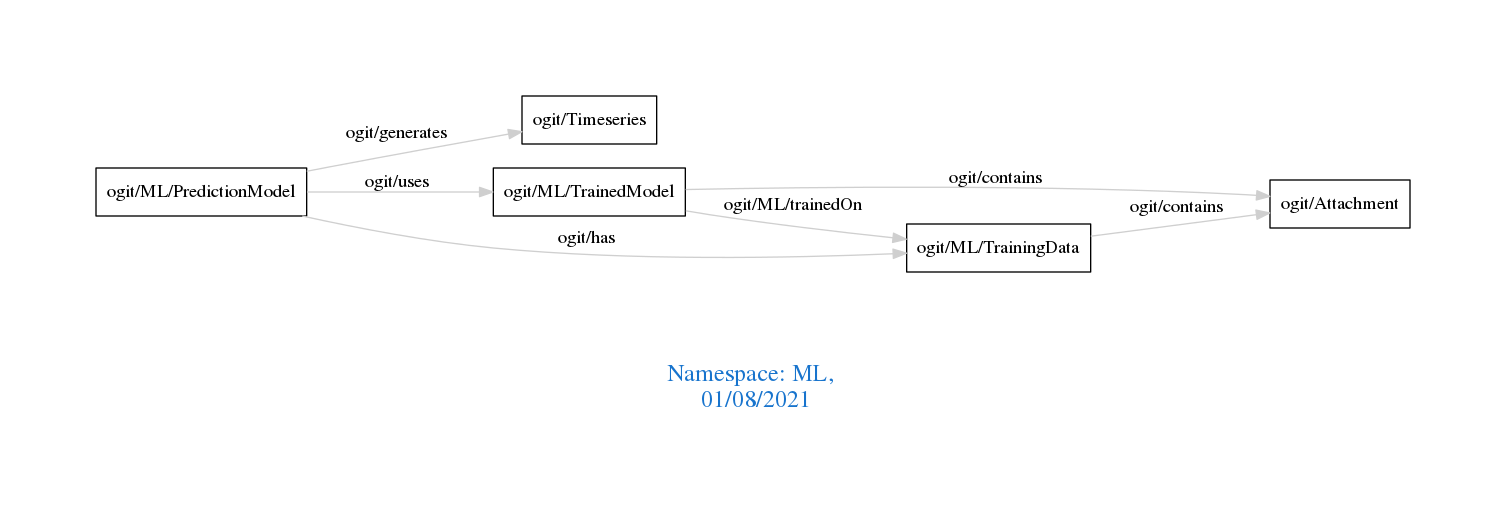
The Graphviz diagram downloads/ML.png in arago/OGIT, before a commit. Its source is kept beside it as downloads/ML.dot.
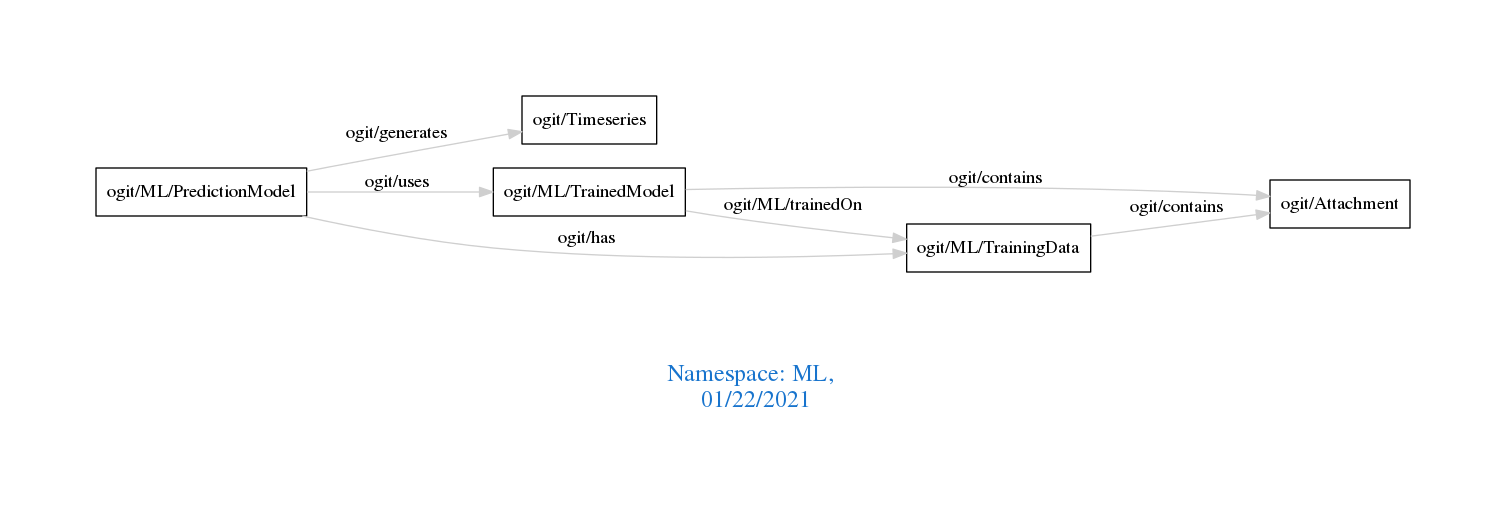
The same diagram one commit later.

Change to the diagram source:
```diff
@@ -1,7 +1,7 @@
 digraph OGIT_ontology {
  graph [ rankdir= LR,pad=1
 fontsize = 18,
-fontcolor= dodgerblue3,label = "\n\n\nNamespace: ML, \n 01/08/2021"];
+fontcolor= dodgerblue3,label = "\n\n\nNamespace: ML, \n 01/22/2021"];
 node[shape=polygon];
 edge [  color="gray81"];
 
```
